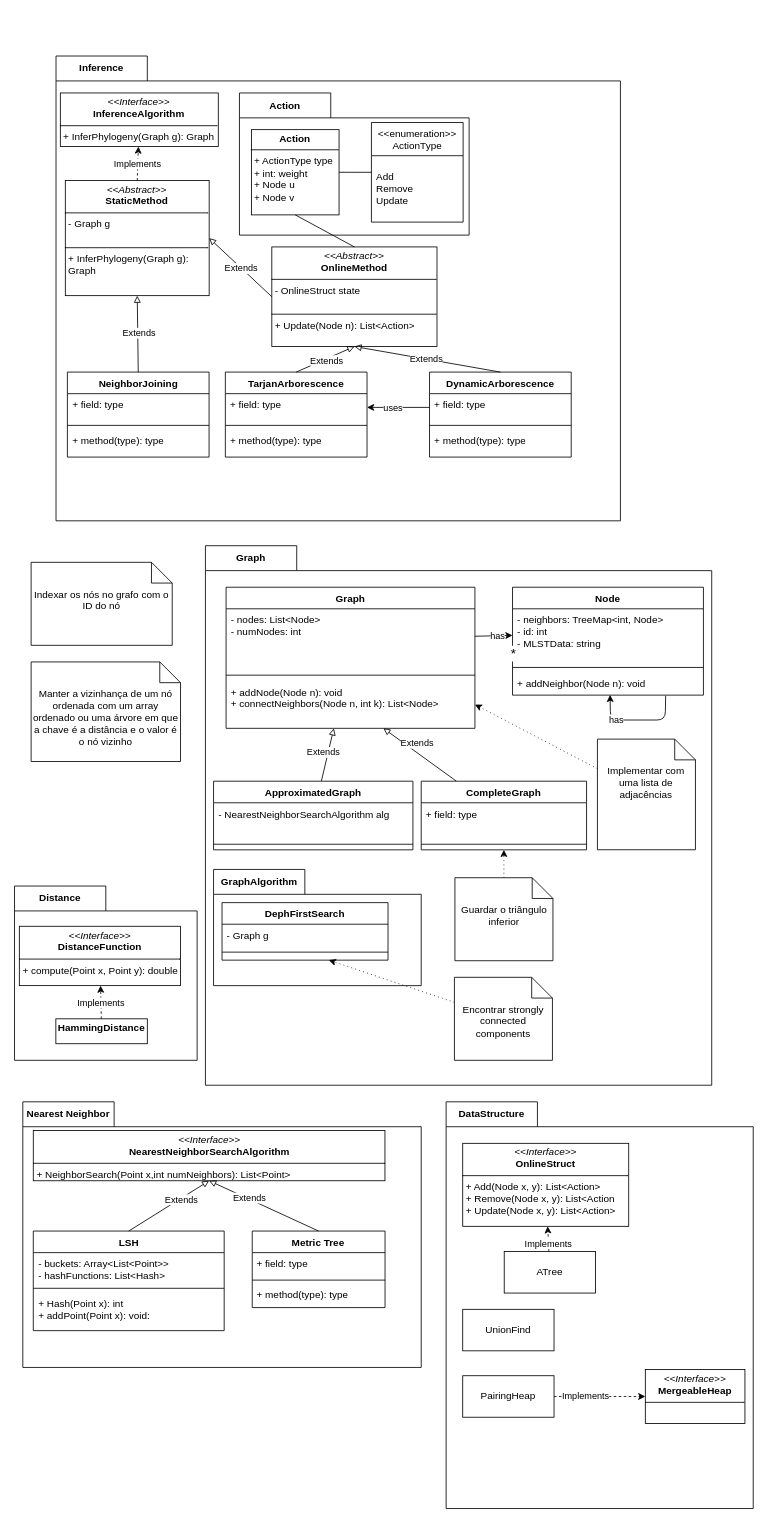
The draw.io diagram Packages.drawio in Goncalo-Palma-Nunes/minimum-weight-arborescence, before the edit. Source tidied: cells renumbered, new cells numbered last; positions are measured from the earlier drawing's top-left corner, leaving out a move shared by most shapes. Both pictures are drawn from the tidied source at 83%, with x=0, y=0 at pixel (14, 56).
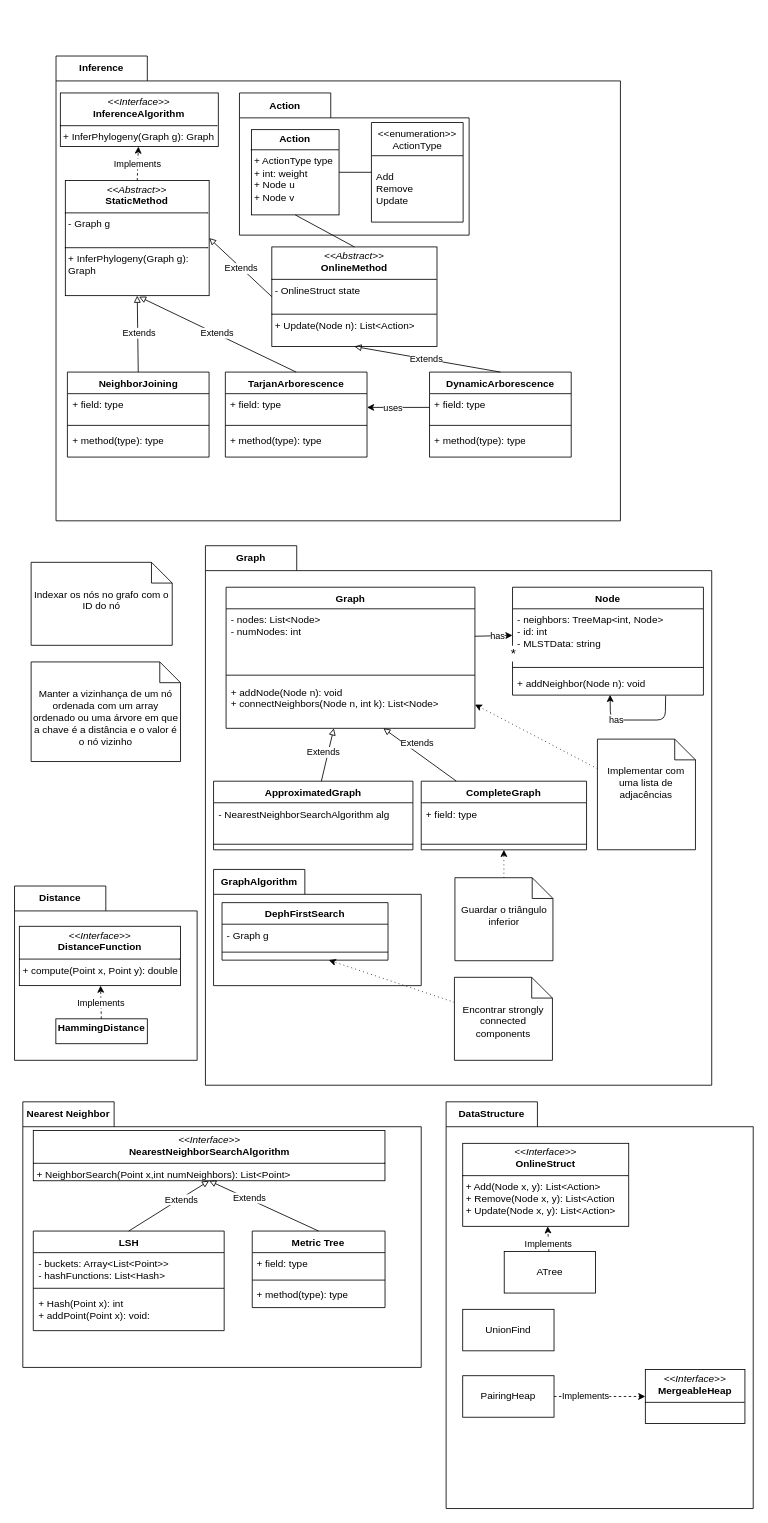
After the change.

The change refers to these unchanged cells:
```xml
<mxCell id="58" value="Inference" style="shape=folder;fontStyle=1;tabWidth=110;tabHeight=30;tabPosition=left;html=1;boundedLbl=1;labelInHeader=1;whiteSpace=wrap;" parent="1" vertex="1">
  <mxGeometry x="50" width="680" height="560" as="geometry" />
</mxCell>
<mxCell id="64" value="&lt;p style=&quot;margin:0px;margin-top:4px;text-align:center;&quot;&gt;&lt;i&gt;&amp;lt;&amp;lt;Abstract&amp;gt;&amp;gt;&lt;/i&gt;&lt;br&gt;&lt;b&gt;OnlineMethod&lt;/b&gt;&lt;/p&gt;&lt;hr size=&quot;1&quot; style=&quot;border-style:solid;&quot;&gt;&lt;p style=&quot;margin:0px;margin-left:4px;&quot;&gt;- OnlineStruct state&lt;br&gt;&lt;br&gt;&lt;/p&gt;&lt;hr size=&quot;1&quot; style=&quot;border-style:solid;&quot;&gt;&lt;p style=&quot;margin:0px;margin-left:4px;&quot;&gt;+ Update(Node n): List&amp;lt;Action&amp;gt;&lt;br&gt;&lt;/p&gt;" style="verticalAlign=top;align=left;overflow=fill;html=1;whiteSpace=wrap;" parent="58" vertex="1">
  <mxGeometry x="260" y="230" width="199" height="120" as="geometry" />
</mxCell>
<mxCell id="73" value="TarjanArborescence" style="swimlane;fontStyle=1;align=center;verticalAlign=top;horizontal=1;startSize=26;whiteSpace=wrap;html=1;" parent="58" vertex="1">
  <mxGeometry x="204" y="380.8" width="170.7" height="102.4" as="geometry" />
</mxCell>
```

Change to the diagram source:
```diff
@@
-    <mxCell id="81" style="edgeStyle=none;html=1;endArrow=block;endFill=0;exitX=0.5;exitY=0;exitDx=0;exitDy=0;entryX=0.5;entryY=1;entryDx=0;entryDy=0;" parent="58" edge="1" source="73" target="64">
-      <mxGeometry relative="1" as="geometry" />
+    <mxCell id="81" style="edgeStyle=none;html=1;endArrow=block;endFill=0;exitX=0.5;exitY=0;exitDx=0;exitDy=0;" parent="58" edge="1" source="73">
+      <mxGeometry relative="1" as="geometry">
+        <mxPoint x="100" y="290" as="targetPoint" />
+      </mxGeometry>
     </mxCell>
```
